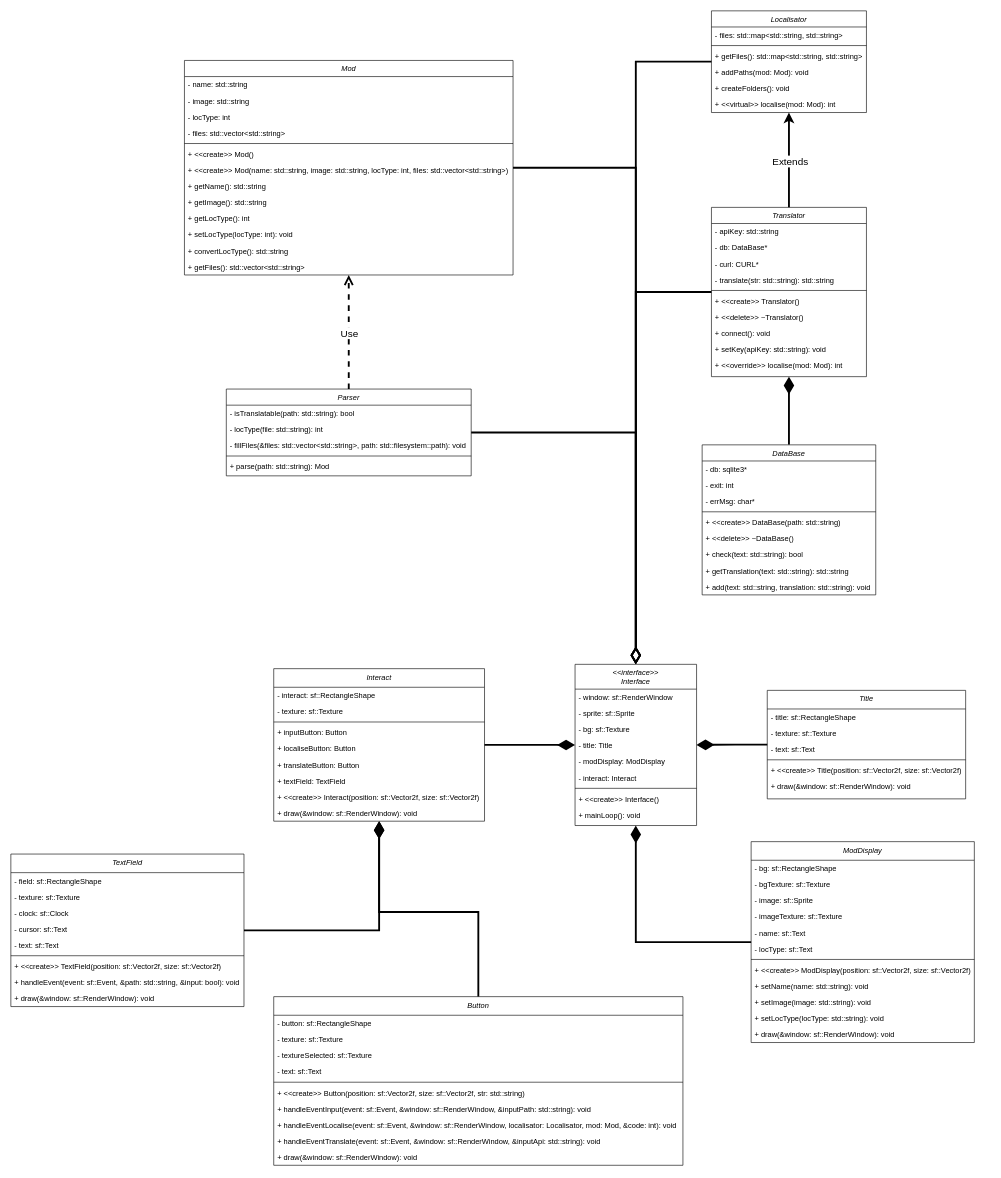
Earlier version of the draw.io diagram StellarisMT.drawio (trpo2023/cw-ip-215_stellaris-mods-translator). Source tidied: cells renumbered, new cells numbered last; positions are measured from the earlier drawing's top-left corner, leaving out a move shared by most shapes. Both pictures are drawn from the tidied source at 62%, with x=0, y=0 at pixel (11, 11).
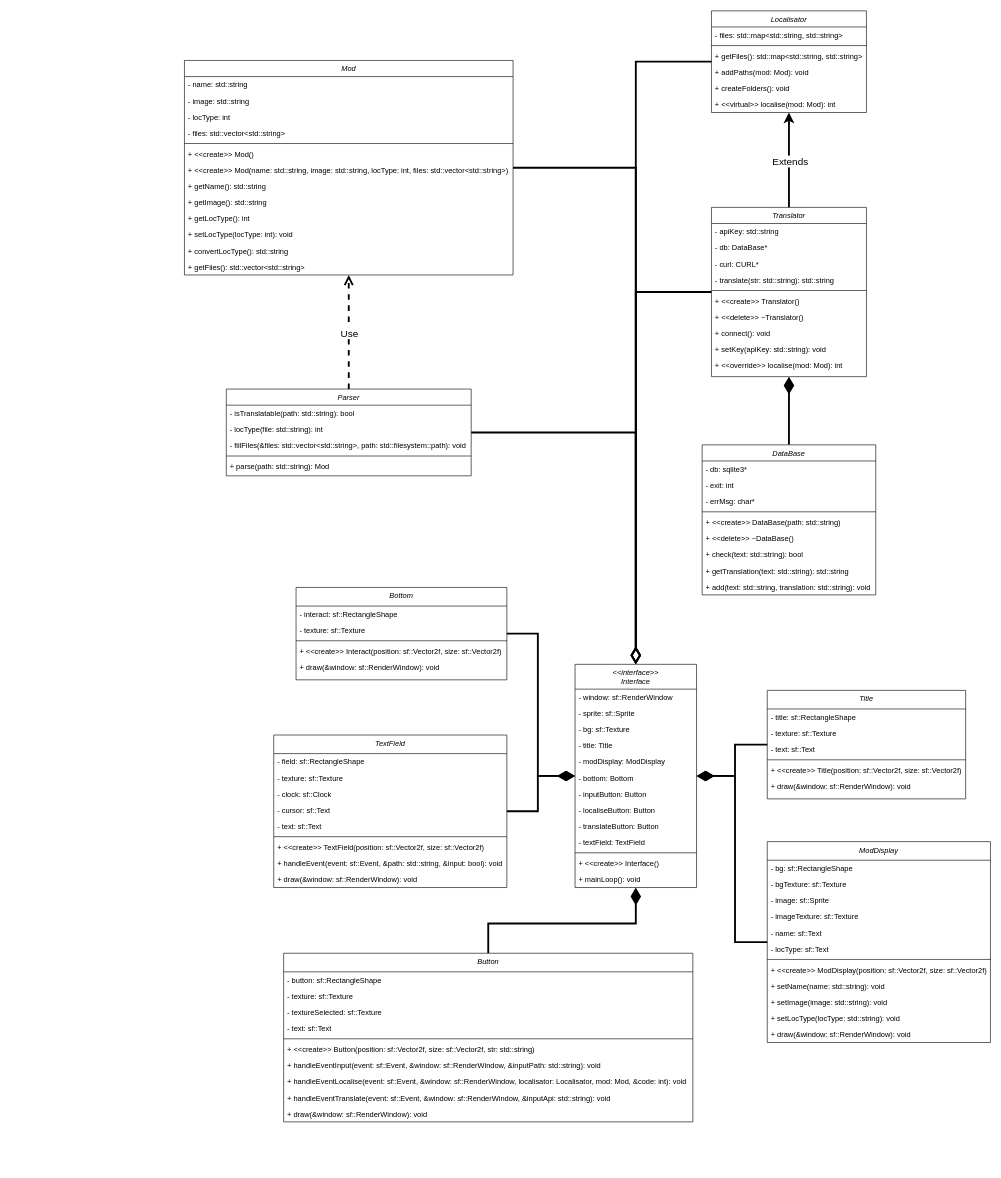
After the change.

Commit message (it also covers changes not shown here):
bottom class instead interact

Change to the diagram source:
```diff
@@
     <mxCell id="61" value="&lt;&lt;interface&gt;&gt;&#10;Interface" style="swimlane;fontStyle=2;align=center;verticalAlign=top;horizontal=1;startSize=40;rounded=0;shadow=0;strokeWidth=1;" parent="1" vertex="1">
-      <mxGeometry x="910" y="1054" width="196" height="260" as="geometry" />
+      <mxGeometry x="910" y="1054" width="196" height="360" as="geometry" />
     </mxCell>
@@
-    <mxCell id="67" value="- interact: Interact" style="text;align=left;verticalAlign=top;spacingLeft=4;spacingRight=4;overflow=hidden;rounded=0;shadow=0;html=0;" parent="61" vertex="1">
+    <mxCell id="67" value="- bottom: Bottom" style="text;align=left;verticalAlign=top;spacingLeft=4;spacingRight=4;overflow=hidden;rounded=0;shadow=0;html=0;" parent="61" vertex="1">
       <mxGeometry y="170" width="196" height="26" as="geometry" />
     </mxCell>
+    <mxCell id="76" value="- inputButton: Button" style="text;align=left;verticalAlign=top;spacingLeft=4;spacingRight=4;overflow=hidden;" parent="61" vertex="1">
+      <mxGeometry y="196" width="196" height="26" as="geometry" />
+    </mxCell>
+    <mxCell id="77" value="- localiseButton: Button" style="text;align=left;verticalAlign=top;spacingLeft=4;spacingRight=4;overflow=hidden;" parent="61" vertex="1">
+      <mxGeometry y="222" width="196" height="26" as="geometry" />
+    </mxCell>
+    <mxCell id="78" value="- translateButton: Button" style="text;align=left;verticalAlign=top;spacingLeft=4;spacingRight=4;overflow=hidden;" parent="61" vertex="1">
+      <mxGeometry y="248" width="196" height="26" as="geometry" />
+    </mxCell>
+    <mxCell id="79" value="- textField: TextField" style="text;align=left;verticalAlign=top;spacingLeft=4;spacingRight=4;overflow=hidden;" parent="61" vertex="1">
+      <mxGeometry y="274" width="196" height="26" as="geometry" />
+    </mxCell>
     <mxCell id="68" style="line;html=1;strokeWidth=1;align=left;verticalAlign=middle;spacingTop=-1;spacingLeft=3;spacingRight=3;labelPosition=right;" parent="61" vertex="1">
-      <mxGeometry y="196" width="196" height="8" as="geometry" />
+      <mxGeometry y="300" width="196" height="8" as="geometry" />
     </mxCell>
     <mxCell id="69" value="+ &lt;&lt;create&gt;&gt; Interface()" style="text;align=left;verticalAlign=top;spacingLeft=4;spacingRight=4;overflow=hidden;" parent="61" vertex="1">
-      <mxGeometry y="204" width="196" height="26" as="geometry" />
+      <mxGeometry y="308" width="196" height="26" as="geometry" />
     </mxCell>
     <mxCell id="70" value="+ mainLoop(): void" style="text;align=left;verticalAlign=top;spacingLeft=4;spacingRight=4;overflow=hidden;" parent="61" vertex="1">
-      <mxGeometry y="230" width="196" height="26" as="geometry" />
+      <mxGeometry y="334" width="196" height="26" as="geometry" />
     </mxCell>
@@
-    <mxCell id="72" value="Interact" style="swimlane;fontStyle=2;align=center;verticalAlign=top;horizontal=1;startSize=30;rounded=0;shadow=0;strokeWidth=1;" parent="1" vertex="1">
-      <mxGeometry x="424" y="1061" width="340" height="246" as="geometry" />
+    <mxCell id="72" value="Bottom" style="swimlane;fontStyle=2;align=center;verticalAlign=top;horizontal=1;startSize=30;rounded=0;shadow=0;strokeWidth=1;" parent="1" vertex="1">
+      <mxGeometry x="460" y="930" width="340" height="149" as="geometry" />
     </mxCell>
@@
-    <mxCell id="76" value="+ inputButton: Button" style="text;align=left;verticalAlign=top;spacingLeft=4;spacingRight=4;overflow=hidden;" parent="72" vertex="1">
-      <mxGeometry y="90" width="340" height="26" as="geometry" />
-    </mxCell>
-    <mxCell id="77" value="+ localiseButton: Button" style="text;align=left;verticalAlign=top;spacingLeft=4;spacingRight=4;overflow=hidden;" parent="72" vertex="1">
-      <mxGeometry y="116" width="340" height="26" as="geometry" />
-    </mxCell>
-    <mxCell id="78" value="+ translateButton: Button" style="text;align=left;verticalAlign=top;spacingLeft=4;spacingRight=4;overflow=hidden;" parent="72" vertex="1">
-      <mxGeometry y="142" width="340" height="26" as="geometry" />
-    </mxCell>
-    <mxCell id="79" value="+ textField: TextField" style="text;align=left;verticalAlign=top;spacingLeft=4;spacingRight=4;overflow=hidden;" parent="72" vertex="1">
-      <mxGeometry y="168" width="340" height="26" as="geometry" />
-    </mxCell>
     <mxCell id="80" value="+ &lt;&lt;create&gt;&gt; Interact(position: sf::Vector2f, size: sf::Vector2f)" style="text;align=left;verticalAlign=top;spacingLeft=4;spacingRight=4;overflow=hidden;" parent="72" vertex="1">
-      <mxGeometry y="194" width="340" height="26" as="geometry" />
+      <mxGeometry y="90" width="340" height="26" as="geometry" />
     </mxCell>
     <mxCell id="81" value="+ draw(&amp;window: sf::RenderWindow): void" style="text;align=left;verticalAlign=top;spacingLeft=4;spacingRight=4;overflow=hidden;" parent="72" vertex="1">
-      <mxGeometry y="220" width="340" height="26" as="geometry" />
+      <mxGeometry y="116" width="340" height="26" as="geometry" />
     </mxCell>
-    <mxCell id="82" style="edgeStyle=orthogonalEdgeStyle;rounded=0;jettySize=auto;html=1;endArrow=diamondThin;endFill=1;strokeWidth=3;endSize=20;" parent="1" edge="1" source="83" target="72">
-      <mxGeometry relative="1" as="geometry" />
-    </mxCell>
+    <mxCell id="127" style="edgeStyle=orthogonalEdgeStyle;rounded=0;jettySize=auto;html=1;endSize=20;strokeWidth=3;endArrow=diamondThin;endFill=1;" parent="1" edge="1" source="83" target="61">
+      <mxGeometry relative="1" as="geometry" />
+    </mxCell>
     <mxCell id="83" value="Button" style="swimlane;fontStyle=2;align=center;verticalAlign=top;horizontal=1;startSize=30;rounded=0;shadow=0;strokeWidth=1;" parent="1" vertex="1">
-      <mxGeometry x="424" y="1590" width="660" height="272" as="geometry" />
+      <mxGeometry x="440" y="1520" width="660" height="272" as="geometry" />
     </mxCell>
@@
     <mxCell id="95" value="ModDisplay" style="swimlane;fontStyle=2;align=center;verticalAlign=top;horizontal=1;startSize=30;rounded=0;shadow=0;strokeWidth=1;" parent="1" vertex="1">
-      <mxGeometry x="1194" y="1340" width="360" height="324" as="geometry" />
+      <mxGeometry x="1220" y="1340" width="360" height="324" as="geometry" />
     </mxCell>
@@
-    <mxCell id="116" style="edgeStyle=orthogonalEdgeStyle;rounded=0;jettySize=auto;html=1;endArrow=diamondThin;endFill=1;strokeWidth=3;endSize=20;" parent="1" edge="1" source="117" target="72">
-      <mxGeometry relative="1" as="geometry" />
-    </mxCell>
+    <mxCell id="128" style="edgeStyle=orthogonalEdgeStyle;rounded=0;jettySize=auto;html=1;strokeWidth=3;endArrow=diamondThin;endFill=1;endSize=20;" parent="1" edge="1" source="117" target="61">
+      <mxGeometry relative="1" as="geometry" />
+    </mxCell>
     <mxCell id="117" value="TextField" style="swimlane;fontStyle=2;align=center;verticalAlign=top;horizontal=1;startSize=30;rounded=0;shadow=0;strokeWidth=1;" parent="1" vertex="1">
-      <mxGeometry y="1360" width="376" height="246" as="geometry" />
+      <mxGeometry x="424" y="1168" width="376" height="246" as="geometry" />
     </mxCell>
```
